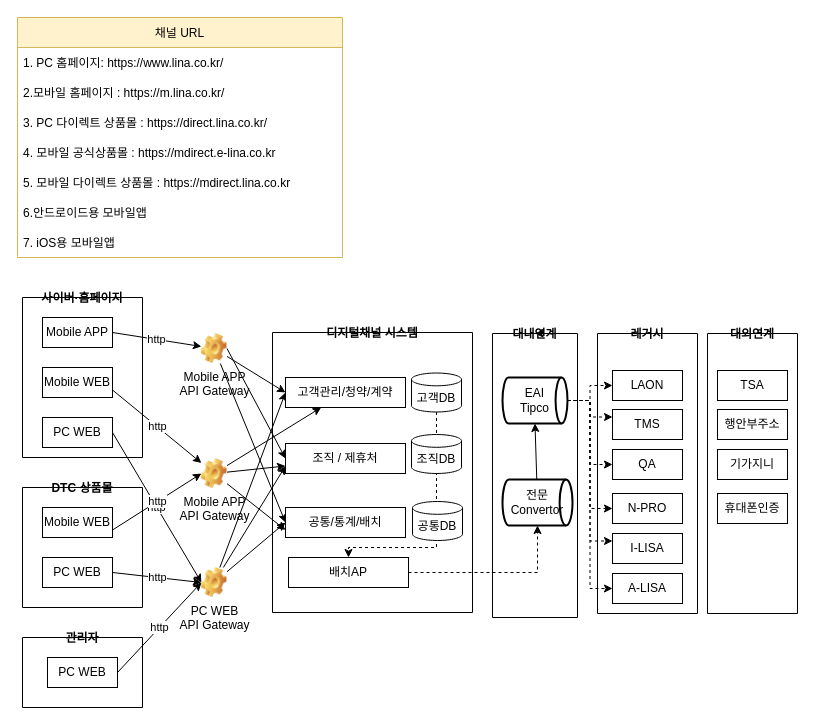
Above: LINA_AA.drawio in DEV-FRAMEWORK/SW-MODEL (draw.io), before the change. Source tidied: cells renumbered, new cells numbered last; positions are measured from the earlier drawing's top-left corner, leaving out a move shared by most shapes. Both pictures are drawn from the tidied source at 100%, with x=0, y=0 at pixel (17, 17).
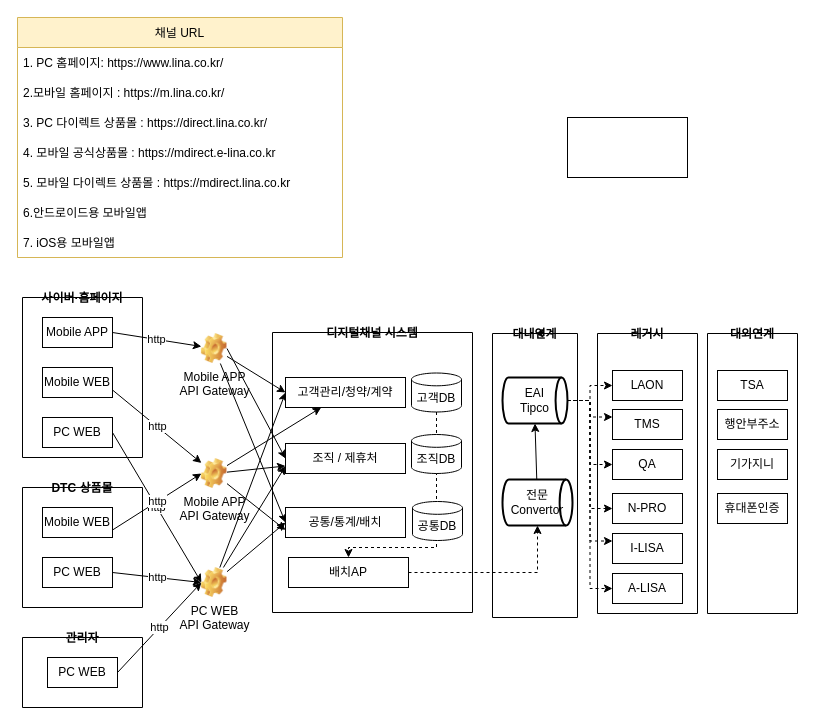
The same page after the edit.

What changed in the source:
```diff
@@
+    <mxCell id="70" style="rounded=0;whiteSpace=wrap;html=1;" parent="1" vertex="1">
+      <mxGeometry x="550" y="100" width="120" height="60" as="geometry" />
+    </mxCell>
```
